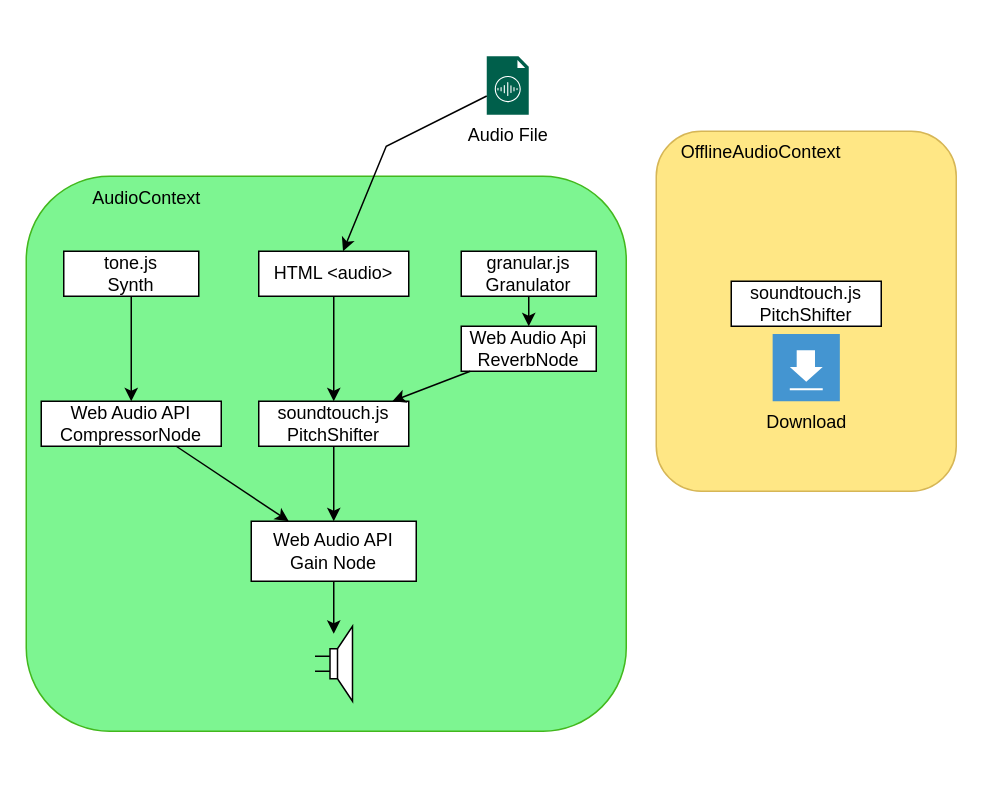
The draw.io diagram Untitled Diagram.drawio in Mauro7b5/EarAid, before the edit. Source tidied: cells renumbered, new cells numbered last; positions are measured from the earlier drawing's top-left corner, leaving out a move shared by most shapes. Both pictures are drawn from the tidied source at 150%, with x=0, y=0 at pixel (26, 56). Pictures stored in the file or linked from it are replaced by grey dashed boxes.
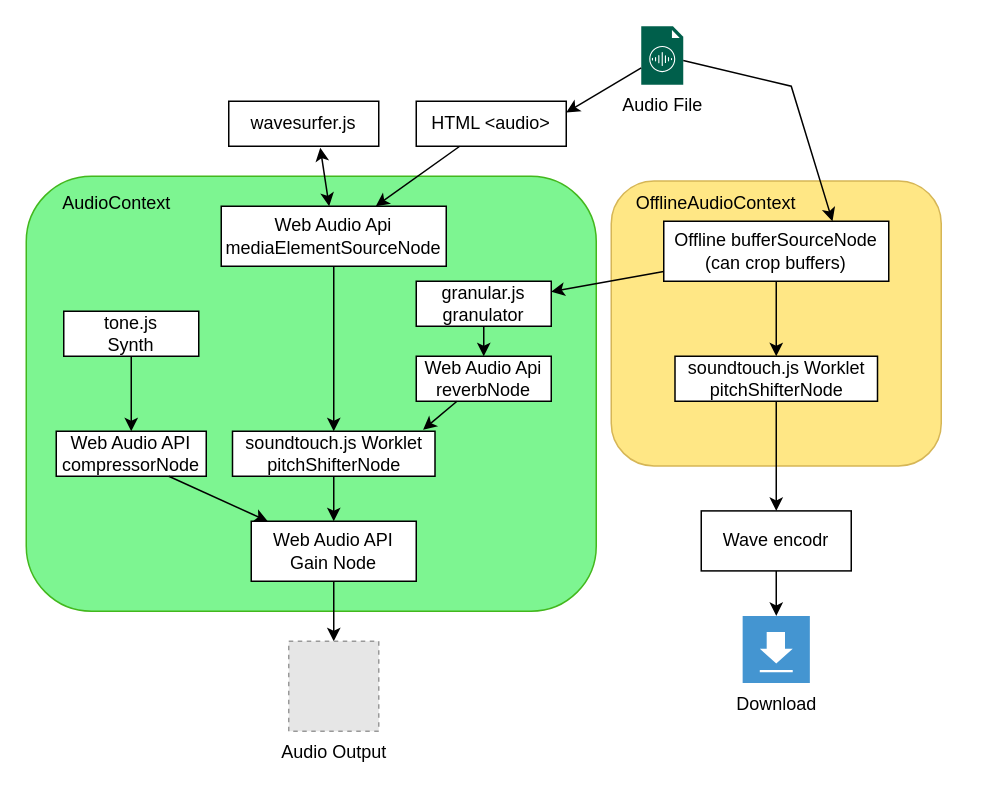
The same page after the edit.

Unchanged cells that the change refers to:
```xml
<mxCell id="10" value="Web Audio API&lt;div&gt;Gain Node&lt;/div&gt;" style="rounded=0;whiteSpace=wrap;html=1;" parent="1" vertex="1">
  <mxGeometry x="150" y="310" width="110" height="40" as="geometry" />
</mxCell>
```

The edit, as a diff of the source:
```diff
@@
     <mxCell id="2" style="rounded=1;whiteSpace=wrap;html=1;fillColor=#7DF591;strokeColor=#42B81D;" parent="1" vertex="1">
-      <mxGeometry y="80" width="400" height="370" as="geometry" />
+      <mxGeometry y="80" width="380" height="290" as="geometry" />
     </mxCell>
     <mxCell id="3" value="AudioContext" style="text;html=1;align=center;verticalAlign=middle;strokeColor=none;fillColor=none;" parent="1" vertex="1">
-      <mxGeometry x="30" y="80" width="100" height="30" as="geometry" />
+      <mxGeometry x="10" y="83.1" width="100" height="30" as="geometry" />
     </mxCell>
     <mxCell id="4" value="HTML &amp;lt;audio&amp;gt;" style="rounded=0;whiteSpace=wrap;html=1;" parent="1" vertex="1">
-      <mxGeometry x="155" y="130" width="100" height="30" as="geometry" />
+      <mxGeometry x="260" y="30" width="100" height="30" as="geometry" />
     </mxCell>
-    <mxCell id="5" value="soundtouch.js&lt;div&gt;PitchShifter&lt;/div&gt;" style="rounded=0;whiteSpace=wrap;html=1;" parent="1" vertex="1">
-      <mxGeometry x="155" y="230" width="100" height="30" as="geometry" />
+    <mxCell id="5" value="soundtouch.js Worklet&lt;div&gt;pitchShifterNode&lt;/div&gt;" style="rounded=0;whiteSpace=wrap;html=1;" parent="1" vertex="1">
+      <mxGeometry x="137.5" y="250" width="135" height="30" as="geometry" />
     </mxCell>
@@
     <mxCell id="7" value="tone.js&lt;div&gt;Synth&lt;/div&gt;" style="rounded=0;whiteSpace=wrap;html=1;" parent="1" vertex="1">
-      <mxGeometry x="25" y="130" width="90" height="30" as="geometry" />
+      <mxGeometry x="25" y="170" width="90" height="30" as="geometry" />
     </mxCell>
-    <mxCell id="8" value="Web Audio API&lt;div&gt;CompressorNode&lt;/div&gt;" style="rounded=0;whiteSpace=wrap;html=1;" parent="1" vertex="1">
-      <mxGeometry x="10" y="230" width="120" height="30" as="geometry" />
+    <mxCell id="8" value="Web Audio API&lt;div&gt;compressorNode&lt;/div&gt;" style="rounded=0;whiteSpace=wrap;html=1;" parent="1" vertex="1">
+      <mxGeometry x="20" y="250" width="100" height="30" as="geometry" />
     </mxCell>
-    <mxCell id="9" style="endArrow=classic;html=1;rounded=0;" parent="1" edge="1" source="4" target="5">
-      <mxGeometry relative="1" as="geometry" />
-    </mxCell>
@@
-    <mxCell id="13" style="verticalLabelPosition=bottom;shadow=0;dashed=0;align=center;html=1;verticalAlign=top;shape=mxgraph.electrical.electro-mechanical.loudspeaker;" parent="1" vertex="1">
-      <mxGeometry x="192.5" y="380" width="25" height="50" as="geometry" />
-    </mxCell>
-    <mxCell id="14" style="endArrow=classic;html=1;rounded=0;entryX=0.5;entryY=0.1;entryDx=0;entryDy=0;entryPerimeter=0;" parent="1" edge="1" source="10" target="13">
+    <mxCell id="14" style="endArrow=classic;html=1;rounded=0;" parent="1" edge="1" source="10" target="29">
       <mxGeometry relative="1" as="geometry" />
     </mxCell>
     <mxCell id="15" value="Audio File" style="sketch=0;shadow=0;dashed=0;html=1;strokeColor=none;fillColor=#005F4B;labelPosition=center;verticalLabelPosition=bottom;verticalAlign=top;align=center;outlineConnect=0;shape=mxgraph.veeam2.audio_file;" parent="1" vertex="1">
-      <mxGeometry x="307" width="28" height="39" as="geometry" />
+      <mxGeometry x="410" y="-20" width="28" height="39" as="geometry" />
     </mxCell>
-    <mxCell id="16" style="endArrow=classic;html=1;rounded=0;" parent="1" edge="1" source="15" target="4">
-      <mxGeometry relative="1" as="geometry">
-        <Array as="points">
-          <mxPoint x="240" y="60" />
-        </Array>
-      </mxGeometry>
-    </mxCell>
-    <mxCell id="17" value="granular.js&lt;div&gt;Granulator&lt;/div&gt;" style="rounded=0;whiteSpace=wrap;html=1;" parent="1" vertex="1">
-      <mxGeometry x="290" y="130" width="90" height="30" as="geometry" />
+    <mxCell id="17" value="granular.js&lt;div&gt;granulator&lt;/div&gt;" style="rounded=0;whiteSpace=wrap;html=1;" parent="1" vertex="1">
+      <mxGeometry x="260" y="150" width="90" height="30" as="geometry" />
     </mxCell>
-    <mxCell id="18" value="Web Audio Api&lt;div&gt;ReverbNode&lt;/div&gt;" style="rounded=0;whiteSpace=wrap;html=1;" parent="1" vertex="1">
-      <mxGeometry x="290" y="180" width="90" height="30" as="geometry" />
+    <mxCell id="18" value="Web Audio Api&lt;div&gt;reverbNode&lt;/div&gt;" style="rounded=0;whiteSpace=wrap;html=1;" parent="1" vertex="1">
+      <mxGeometry x="260" y="200" width="90" height="30" as="geometry" />
     </mxCell>
@@
-    <mxCell id="20" style="endArrow=classic;html=1;rounded=0;" parent="1" edge="1" source="18" target="5">
+    <mxCell id="20" style="endArrow=classic;html=1;rounded=0;entryX=0.941;entryY=-0.033;entryDx=0;entryDy=0;entryPerimeter=0;" parent="1" edge="1" source="18" target="5">
       <mxGeometry relative="1" as="geometry" />
     </mxCell>
     <mxCell id="21" style="rounded=1;whiteSpace=wrap;html=1;fillColor=#FFE785;strokeColor=#d6b656;" parent="1" vertex="1">
-      <mxGeometry x="420" y="50" width="200" height="240" as="geometry" />
+      <mxGeometry x="390" y="83.1" width="220" height="190" as="geometry" />
     </mxCell>
     <mxCell id="22" value="OfflineAudioContext" style="text;html=1;align=center;verticalAlign=middle;whiteSpace=wrap;rounded=0;" parent="1" vertex="1">
-      <mxGeometry x="440" y="39" width="100" height="50" as="geometry" />
+      <mxGeometry x="410" y="73.1" width="100" height="50" as="geometry" />
     </mxCell>
-    <mxCell id="23" value="soundtouch.js&lt;div&gt;PitchShifter&lt;/div&gt;" style="rounded=0;whiteSpace=wrap;html=1;" parent="1" vertex="1">
-      <mxGeometry x="470" y="150" width="100" height="30" as="geometry" />
-    </mxCell>
     <mxCell id="24" value="Download" style="shadow=0;dashed=0;html=1;strokeColor=none;fillColor=#4495D1;labelPosition=center;verticalLabelPosition=bottom;verticalAlign=top;align=center;outlineConnect=0;shape=mxgraph.veeam.2d.download;" parent="1" vertex="1">
-      <mxGeometry x="497.6" y="185.2" width="44.8" height="44.8" as="geometry" />
+      <mxGeometry x="477.6" y="373.1" width="44.8" height="44.8" as="geometry" />
     </mxCell>
+    <mxCell id="25" value="Offline bufferSourceNode&lt;div&gt;(can crop buffers)&lt;/div&gt;" style="rounded=0;whiteSpace=wrap;html=1;" parent="1" vertex="1">
+      <mxGeometry x="425" y="110" width="150" height="40" as="geometry" />
+    </mxCell>
+    <mxCell id="26" value="Web Audio Api&lt;div&gt;mediaElementSourceNode&lt;/div&gt;" style="rounded=0;whiteSpace=wrap;html=1;" parent="1" vertex="1">
+      <mxGeometry x="130" y="100" width="150" height="40" as="geometry" />
+    </mxCell>
+    <mxCell id="27" style="endArrow=classic;html=1;rounded=0;" parent="1" edge="1" source="4" target="26">
+      <mxGeometry relative="1" as="geometry" />
+    </mxCell>
+    <mxCell id="16" style="endArrow=classic;html=1;rounded=0;entryX=1;entryY=0.25;entryDx=0;entryDy=0;" parent="1" edge="1" source="15" target="4">
+      <mxGeometry relative="1" as="geometry" />
+    </mxCell>
+    <mxCell id="28" style="endArrow=classic;html=1;rounded=0;" parent="1" edge="1" source="26" target="5">
+      <mxGeometry relative="1" as="geometry" />
+    </mxCell>
+    <mxCell id="29" value="Audio Output" style="fillColor=#E6E6E6;strokeColor=#999999;dashed=1;html=1;verticalAlign=top;verticalLabelPosition=bottom;labelBackgroundColor=none;" parent="1" vertex="1">
+      <mxGeometry x="175" y="390" width="60" height="60" as="geometry" />
+    </mxCell>
+    <mxCell id="30" value="Wave encodr" style="rounded=0;whiteSpace=wrap;html=1;" parent="1" vertex="1">
+      <mxGeometry x="450" y="303.1" width="100" height="40" as="geometry" />
+    </mxCell>
+    <mxCell id="31" style="endArrow=classic;html=1;rounded=0;entryX=0.75;entryY=0;entryDx=0;entryDy=0;" parent="1" edge="1" source="15" target="25">
+      <mxGeometry relative="1" as="geometry">
+        <Array as="points">
+          <mxPoint x="510" y="20" />
+        </Array>
+      </mxGeometry>
+    </mxCell>
+    <mxCell id="32" style="endArrow=classic;html=1;rounded=0;" parent="1" edge="1" source="25" target="17">
+      <mxGeometry relative="1" as="geometry" />
+    </mxCell>
+    <mxCell id="33" style="endArrow=classic;html=1;rounded=0;" parent="1" edge="1" source="25">
+      <mxGeometry relative="1" as="geometry">
+        <mxPoint x="500" y="200" as="targetPoint" />
+      </mxGeometry>
+    </mxCell>
+    <mxCell id="34" style="endArrow=classic;html=1;rounded=0;" parent="1" edge="1" target="30">
+      <mxGeometry relative="1" as="geometry">
+        <mxPoint x="500" y="230" as="sourcePoint" />
+      </mxGeometry>
+    </mxCell>
+    <mxCell id="35" style="endArrow=classic;html=1;rounded=0;" parent="1" edge="1" source="30" target="24">
+      <mxGeometry relative="1" as="geometry" />
+    </mxCell>
+    <mxCell id="36" value="wavesurfer.js" style="rounded=0;whiteSpace=wrap;html=1;" parent="1" vertex="1">
+      <mxGeometry x="135" y="30" width="100" height="30" as="geometry" />
+    </mxCell>
+    <mxCell id="37" style="endArrow=classic;startArrow=classic;html=1;rounded=0;entryX=0.61;entryY=1.033;entryDx=0;entryDy=0;entryPerimeter=0;" parent="1" edge="1" source="26" target="36">
+      <mxGeometry relative="1" as="geometry" />
+    </mxCell>
+    <mxCell id="38" value="soundtouch.js Worklet&lt;div&gt;pitchShifterNode&lt;/div&gt;" style="rounded=0;whiteSpace=wrap;html=1;" parent="1" vertex="1">
+      <mxGeometry x="432.5" y="200" width="135" height="30" as="geometry" />
+    </mxCell>
```
